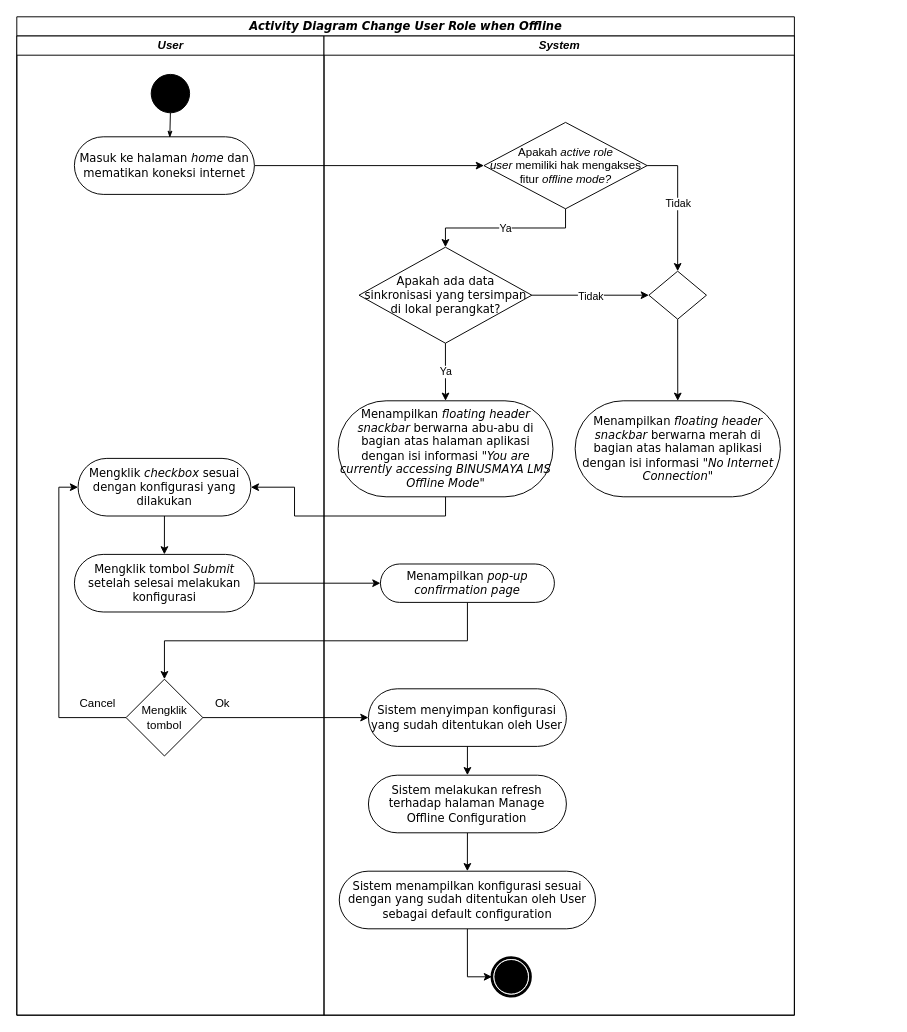
angeliawidjaja/offline-mode-paper keeps this draw.io diagram as diagrams/2. change_user_role/Activity Diagram.drawio. Above is the earlier version. Source tidied: cells renumbered, new cells numbered last; positions are measured from the earlier drawing's top-left corner, leaving out a move shared by most shapes. Both pictures are drawn from the tidied source at 96%, with x=0, y=0 at pixel (16, 16).
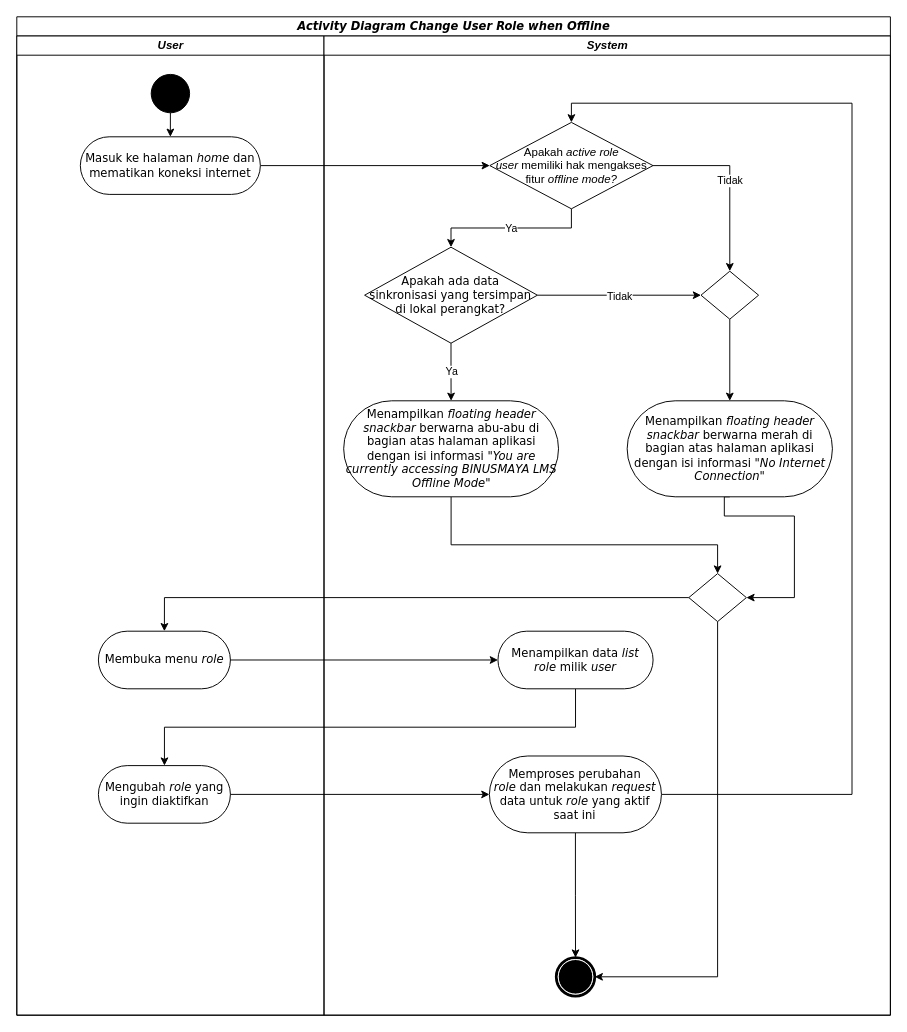
The same diagram, later.

Unchanged cells that the change refers to:
```xml
<mxCell id="4" value="&lt;i&gt;User&lt;/i&gt;" style="swimlane;html=1;startSize=20;" parent="2" vertex="1">
  <mxGeometry y="20" width="320" height="1020" as="geometry" />
</mxCell>
<mxCell id="5" style="ellipse;whiteSpace=wrap;html=1;rounded=0;shadow=0;comic=0;labelBackgroundColor=none;strokeWidth=1;fillColor=#000000;fontFamily=Verdana;fontSize=12;align=center;" parent="4" vertex="1">
  <mxGeometry x="140" y="40" width="40" height="40" as="geometry" />
</mxCell>
```

The edit, as a diff of the source:
```diff
@@
     <mxCell id="2" value="&lt;i&gt;Activity Diagram&lt;/i&gt;&amp;nbsp;&lt;i&gt;Change User Role when Offline&lt;/i&gt;" style="swimlane;html=1;startSize=20;rounded=0;shadow=0;comic=0;labelBackgroundColor=none;strokeWidth=1;fontFamily=Verdana;fontSize=12;align=center;" parent="1" vertex="1">
-      <mxGeometry width="810" height="1040" as="geometry" />
+      <mxGeometry width="910" height="1040" as="geometry" />
     </mxCell>
@@
+    <mxCell id="7" style="edgeStyle=orthogonalEdgeStyle;rounded=0;jettySize=auto;html=1;exitX=0.5;exitY=1;exitDx=0;exitDy=0;entryX=0.5;entryY=0;entryDx=0;entryDy=0;" parent="4" edge="1" source="5" target="6">
+      <mxGeometry relative="1" as="geometry" />
+    </mxCell>
@@
     <mxCell id="6" value="Masuk ke halaman &lt;i&gt;home &lt;/i&gt;dan mematikan koneksi internet" style="rounded=1;whiteSpace=wrap;html=1;shadow=0;comic=0;labelBackgroundColor=none;strokeWidth=1;fontFamily=Verdana;fontSize=12;align=center;arcSize=50;" parent="4" vertex="1">
-      <mxGeometry x="60" y="105" width="187.5" height="60" as="geometry" />
+      <mxGeometry x="66.2" y="105" width="187.5" height="60" as="geometry" />
     </mxCell>
-    <mxCell id="7" style="rounded=0;html=1;labelBackgroundColor=none;startArrow=none;startFill=0;startSize=5;endArrow=classicThin;endFill=1;endSize=5;jettySize=auto;strokeWidth=1;fontFamily=Verdana;fontSize=12;entryX=0.53;entryY=0.018;entryDx=0;entryDy=0;entryPerimeter=0;" parent="4" edge="1" source="5" target="6">
-      <mxGeometry relative="1" as="geometry" />
-    </mxCell>
-    <mxCell id="8" value="Mengklik &lt;i&gt;checkbox &lt;/i&gt;sesuai dengan konfigurasi yang dilakukan" style="rounded=1;whiteSpace=wrap;html=1;shadow=0;comic=0;labelBackgroundColor=none;strokeWidth=1;fontFamily=Verdana;fontSize=12;align=center;arcSize=50;" parent="4" vertex="1">
-      <mxGeometry x="63.8" y="440" width="180" height="60" as="geometry" />
-    </mxCell>
-    <mxCell id="9" value="Mengklik tombol &lt;i&gt;Submit &lt;/i&gt;setelah selesai melakukan konfigurasi" style="rounded=1;whiteSpace=wrap;html=1;shadow=0;comic=0;labelBackgroundColor=none;strokeWidth=1;fontFamily=Verdana;fontSize=12;align=center;arcSize=50;" parent="4" vertex="1">
-      <mxGeometry x="60" y="540" width="187.5" height="60" as="geometry" />
+    <mxCell id="9" value="Membuka menu &lt;i&gt;role&lt;/i&gt;" style="rounded=1;whiteSpace=wrap;html=1;shadow=0;comic=0;labelBackgroundColor=none;strokeWidth=1;fontFamily=Verdana;fontSize=12;align=center;arcSize=50;" parent="4" vertex="1">
+      <mxGeometry x="85" y="620" width="137.5" height="60" as="geometry" />
     </mxCell>
-    <mxCell id="10" style="edgeStyle=orthogonalEdgeStyle;rounded=0;jettySize=auto;html=1;exitX=0.5;exitY=1;exitDx=0;exitDy=0;entryX=0.5;entryY=0;entryDx=0;entryDy=0;" parent="4" edge="1" source="8" target="9">
-      <mxGeometry relative="1" as="geometry" />
-    </mxCell>
-    <mxCell id="11" value="Cancel" style="text;html=1;align=center;verticalAlign=middle;strokeColor=none;fillColor=none;" parent="4" vertex="1">
-      <mxGeometry x="53.8" y="680" width="60" height="30" as="geometry" />
-    </mxCell>
-    <mxCell id="12" value="Ok" style="text;html=1;align=center;verticalAlign=middle;strokeColor=none;fillColor=none;" parent="4" vertex="1">
-      <mxGeometry x="193.8" y="680" width="40" height="30" as="geometry" />
-    </mxCell>
-    <mxCell id="13" value="Mengklik tombol" style="rhombus;whiteSpace=wrap;html=1;" parent="4" vertex="1">
-      <mxGeometry x="113.8" y="670" width="80" height="80" as="geometry" />
-    </mxCell>
-    <mxCell id="14" style="edgeStyle=orthogonalEdgeStyle;rounded=0;jettySize=auto;html=1;exitX=0;exitY=0.5;exitDx=0;exitDy=0;entryX=0;entryY=0.5;entryDx=0;entryDy=0;" parent="4" edge="1" source="13" target="8">
-      <mxGeometry relative="1" as="geometry" />
-    </mxCell>
-    <mxCell id="15" style="edgeStyle=orthogonalEdgeStyle;rounded=0;jettySize=auto;html=1;exitX=0.5;exitY=1;exitDx=0;exitDy=0;entryX=1;entryY=0.5;entryDx=0;entryDy=0;" parent="2" edge="1" source="22" target="8">
-      <mxGeometry relative="1" as="geometry" />
-    </mxCell>
-    <mxCell id="16" style="edgeStyle=orthogonalEdgeStyle;rounded=0;jettySize=auto;html=1;exitX=1;exitY=0.5;exitDx=0;exitDy=0;entryX=0;entryY=0.5;entryDx=0;entryDy=0;" parent="2" edge="1" source="9" target="27">
-      <mxGeometry relative="1" as="geometry" />
-    </mxCell>
-    <mxCell id="17" style="edgeStyle=orthogonalEdgeStyle;rounded=0;jettySize=auto;html=1;exitX=0.5;exitY=1;exitDx=0;exitDy=0;entryX=0.5;entryY=0;entryDx=0;entryDy=0;" parent="2" edge="1" source="27" target="13">
-      <mxGeometry relative="1" as="geometry" />
-    </mxCell>
-    <mxCell id="18" style="edgeStyle=orthogonalEdgeStyle;rounded=0;jettySize=auto;html=1;exitX=1;exitY=0.5;exitDx=0;exitDy=0;entryX=0;entryY=0.5;entryDx=0;entryDy=0;" parent="2" edge="1" source="13" target="28">
-      <mxGeometry relative="1" as="geometry" />
-    </mxCell>
+    <mxCell id="42" value="Mengubah &lt;i&gt;role&lt;/i&gt;&amp;nbsp;yang ingin diaktifkan" style="rounded=1;whiteSpace=wrap;html=1;shadow=0;comic=0;labelBackgroundColor=none;strokeWidth=1;fontFamily=Verdana;fontSize=12;align=center;arcSize=50;" parent="4" vertex="1">
+      <mxGeometry x="85" y="760" width="137.5" height="60" as="geometry" />
+    </mxCell>
+    <mxCell id="43" style="edgeStyle=orthogonalEdgeStyle;rounded=0;jettySize=auto;html=1;exitX=0;exitY=0.5;exitDx=0;exitDy=0;entryX=0.5;entryY=0;entryDx=0;entryDy=0;" parent="2" edge="1" source="50" target="9">
+      <mxGeometry relative="1" as="geometry" />
+    </mxCell>
+    <mxCell id="44" style="edgeStyle=orthogonalEdgeStyle;rounded=0;jettySize=auto;html=1;exitX=1;exitY=0.5;exitDx=0;exitDy=0;" parent="2" edge="1" source="9" target="51">
+      <mxGeometry relative="1" as="geometry" />
+    </mxCell>
+    <mxCell id="45" style="edgeStyle=orthogonalEdgeStyle;rounded=0;jettySize=auto;html=1;exitX=0.5;exitY=1;exitDx=0;exitDy=0;" parent="2" edge="1" source="51" target="42">
+      <mxGeometry relative="1" as="geometry" />
+    </mxCell>
+    <mxCell id="46" style="edgeStyle=orthogonalEdgeStyle;rounded=0;jettySize=auto;html=1;exitX=1;exitY=0.5;exitDx=0;exitDy=0;" parent="2" edge="1" source="42" target="54">
+      <mxGeometry relative="1" as="geometry" />
+    </mxCell>
     <mxCell id="19" value="&lt;i&gt;System&lt;/i&gt;" style="swimlane;html=1;startSize=20;" parent="2" vertex="1">
-      <mxGeometry x="320" y="20" width="490" height="1020" as="geometry" />
+      <mxGeometry x="320" y="20" width="590" height="1020" as="geometry" />
     </mxCell>
     <mxCell id="20" style="shape=mxgraph.bpmn.shape;html=1;verticalLabelPosition=bottom;labelBackgroundColor=#ffffff;verticalAlign=top;perimeter=ellipsePerimeter;outline=end;symbol=terminate;rounded=0;shadow=0;comic=0;strokeWidth=1;fontFamily=Verdana;fontSize=12;align=center;" parent="19" vertex="1">
-      <mxGeometry x="175" y="960" width="40" height="40" as="geometry" />
+      <mxGeometry x="242" y="960" width="40" height="40" as="geometry" />
     </mxCell>
     <mxCell id="21" value="Apakah &lt;i&gt;active role user&lt;/i&gt;&amp;nbsp;memiliki hak mengakses fitur &lt;i&gt;offline mode?&lt;/i&gt;" style="rhombus;whiteSpace=wrap;html=1;" parent="19" vertex="1">
-      <mxGeometry x="166.6" y="90" width="170" height="90" as="geometry" />
+      <mxGeometry x="172.7" y="90" width="170" height="90" as="geometry" />
     </mxCell>
+    <mxCell id="47" style="edgeStyle=orthogonalEdgeStyle;rounded=0;jettySize=auto;html=1;exitX=0.5;exitY=1;exitDx=0;exitDy=0;entryX=0.5;entryY=0;entryDx=0;entryDy=0;" parent="19" edge="1" source="22" target="50">
+      <mxGeometry relative="1" as="geometry">
+        <Array as="points">
+          <mxPoint x="132" y="530" />
+          <mxPoint x="410" y="530" />
+        </Array>
+      </mxGeometry>
+    </mxCell>
     <mxCell id="22" value="Menampilkan &lt;i&gt;floating header snackbar&lt;/i&gt;&amp;nbsp;berwarna abu-abu di bagian atas halaman aplikasi dengan isi informasi &quot;&lt;i&gt;You are currently accessing BINUSMAYA LMS Offline Mode&lt;/i&gt;&quot;" style="rounded=1;whiteSpace=wrap;html=1;shadow=0;comic=0;labelBackgroundColor=none;strokeWidth=1;fontFamily=Verdana;fontSize=12;align=center;arcSize=50;" parent="19" vertex="1">
-      <mxGeometry x="14.7" y="380" width="223.8" height="100" as="geometry" />
+      <mxGeometry x="20.5" y="380" width="223.8" height="100" as="geometry" />
     </mxCell>
@@
-    <mxCell id="27" value="Menampilkan &lt;i&gt;pop-up confirmation page&lt;/i&gt;" style="rounded=1;whiteSpace=wrap;html=1;shadow=0;comic=0;labelBackgroundColor=none;strokeWidth=1;fontFamily=Verdana;fontSize=12;align=center;arcSize=50;" parent="19" vertex="1">
-      <mxGeometry x="58.8" y="550" width="181.2" height="40" as="geometry" />
-    </mxCell>
-    <mxCell id="28" value="Sistem menyimpan konfigurasi yang sudah ditentukan oleh User" style="rounded=1;whiteSpace=wrap;html=1;shadow=0;comic=0;labelBackgroundColor=none;strokeWidth=1;fontFamily=Verdana;fontSize=12;align=center;arcSize=50;" parent="19" vertex="1">
-      <mxGeometry x="46.3" y="680" width="206.2" height="60" as="geometry" />
-    </mxCell>
-    <mxCell id="29" style="edgeStyle=orthogonalEdgeStyle;rounded=0;jettySize=auto;html=1;exitX=0.5;exitY=1;exitDx=0;exitDy=0;entryX=0.5;entryY=0;entryDx=0;entryDy=0;" parent="19" edge="1" source="28" target="31">
-      <mxGeometry relative="1" as="geometry" />
-    </mxCell>
-    <mxCell id="30" style="edgeStyle=orthogonalEdgeStyle;rounded=0;jettySize=auto;html=1;exitX=0.5;exitY=1;exitDx=0;exitDy=0;entryX=0.5;entryY=0;entryDx=0;entryDy=0;" parent="19" edge="1" source="31" target="33">
-      <mxGeometry relative="1" as="geometry" />
-    </mxCell>
-    <mxCell id="31" value="Sistem melakukan refresh terhadap halaman Manage Offline Configuration" style="rounded=1;whiteSpace=wrap;html=1;shadow=0;comic=0;labelBackgroundColor=none;strokeWidth=1;fontFamily=Verdana;fontSize=12;align=center;arcSize=50;" parent="19" vertex="1">
-      <mxGeometry x="46.3" y="770" width="206.2" height="60" as="geometry" />
-    </mxCell>
-    <mxCell id="32" style="edgeStyle=orthogonalEdgeStyle;rounded=0;jettySize=auto;html=1;exitX=0.5;exitY=1;exitDx=0;exitDy=0;entryX=0;entryY=0.5;entryDx=0;entryDy=0;" parent="19" edge="1" source="33" target="20">
-      <mxGeometry relative="1" as="geometry" />
-    </mxCell>
-    <mxCell id="33" value="Sistem menampilkan konfigurasi sesuai dengan yang sudah ditentukan oleh User sebagai default configuration" style="rounded=1;whiteSpace=wrap;html=1;shadow=0;comic=0;labelBackgroundColor=none;strokeWidth=1;fontFamily=Verdana;fontSize=12;align=center;arcSize=50;" parent="19" vertex="1">
-      <mxGeometry x="15.9" y="870" width="266.9" height="60" as="geometry" />
-    </mxCell>
     <mxCell id="34" value="&lt;p style=&quot;line-height: 120%;&quot;&gt;&lt;span style=&quot;font-family: Verdana;&quot;&gt;Apakah ada data sinkronisasi yang tersimpan di lokal perangkat?&lt;/span&gt;&lt;/p&gt;" style="rhombus;whiteSpace=wrap;html=1;spacing=4;" parent="19" vertex="1">
-      <mxGeometry x="36.5" y="220" width="180" height="100" as="geometry" />
+      <mxGeometry x="42.3" y="220" width="180" height="100" as="geometry" />
     </mxCell>
@@
+    <mxCell id="48" style="edgeStyle=orthogonalEdgeStyle;rounded=0;jettySize=auto;html=1;exitX=0.5;exitY=1;exitDx=0;exitDy=0;entryX=1;entryY=0.5;entryDx=0;entryDy=0;" parent="19" edge="1" source="37" target="50">
+      <mxGeometry relative="1" as="geometry">
+        <Array as="points">
+          <mxPoint x="417" y="500" />
+          <mxPoint x="490" y="500" />
+          <mxPoint x="490" y="585" />
+        </Array>
+      </mxGeometry>
+    </mxCell>
     <mxCell id="37" value="Menampilkan &lt;i&gt;floating header snackbar&lt;/i&gt;&amp;nbsp;berwarna merah di bagian atas halaman aplikasi dengan isi informasi &quot;&lt;i&gt;No Internet Connection&lt;/i&gt;&quot;" style="rounded=1;whiteSpace=wrap;html=1;shadow=0;comic=0;labelBackgroundColor=none;strokeWidth=1;fontFamily=Verdana;fontSize=12;align=center;arcSize=50;" parent="19" vertex="1">
-      <mxGeometry x="261.6" y="380" width="213.8" height="100" as="geometry" />
+      <mxGeometry x="315.8" y="380" width="213.8" height="100" as="geometry" />
     </mxCell>
@@
     <mxCell id="41" style="rhombus;whiteSpace=wrap;html=1;" parent="19" vertex="1">
-      <mxGeometry x="338.4" y="245" width="60" height="50" as="geometry" />
+      <mxGeometry x="392.7" y="245" width="60" height="50" as="geometry" />
     </mxCell>
+    <mxCell id="49" style="edgeStyle=orthogonalEdgeStyle;rounded=0;jettySize=auto;html=1;exitX=0.5;exitY=1;exitDx=0;exitDy=0;entryX=1;entryY=0.5;entryDx=0;entryDy=0;" parent="19" edge="1" source="50" target="20">
+      <mxGeometry relative="1" as="geometry" />
+    </mxCell>
+    <mxCell id="50" style="rhombus;whiteSpace=wrap;html=1;" parent="19" vertex="1">
+      <mxGeometry x="380" y="560" width="60" height="50" as="geometry" />
+    </mxCell>
+    <mxCell id="51" value="Menampilkan data &lt;i&gt;list role&lt;/i&gt;&amp;nbsp;milik &lt;i&gt;user&lt;/i&gt;" style="rounded=1;whiteSpace=wrap;html=1;shadow=0;comic=0;labelBackgroundColor=none;strokeWidth=1;fontFamily=Verdana;fontSize=12;align=center;arcSize=50;" parent="19" vertex="1">
+      <mxGeometry x="181.2" y="620" width="161.6" height="60" as="geometry" />
+    </mxCell>
+    <mxCell id="52" style="edgeStyle=orthogonalEdgeStyle;rounded=0;jettySize=auto;html=1;exitX=0.5;exitY=1;exitDx=0;exitDy=0;entryX=0.5;entryY=0;entryDx=0;entryDy=0;" parent="19" edge="1" source="54" target="20">
+      <mxGeometry relative="1" as="geometry" />
+    </mxCell>
+    <mxCell id="53" style="edgeStyle=orthogonalEdgeStyle;rounded=0;jettySize=auto;html=1;exitX=1;exitY=0.5;exitDx=0;exitDy=0;entryX=0.5;entryY=0;entryDx=0;entryDy=0;" parent="19" edge="1" source="54" target="21">
+      <mxGeometry relative="1" as="geometry">
+        <Array as="points">
+          <mxPoint x="550" y="790" />
+          <mxPoint x="550" y="70" />
+          <mxPoint x="257" y="70" />
+        </Array>
+      </mxGeometry>
+    </mxCell>
+    <mxCell id="54" value="Memproses perubahan &lt;i&gt;role&lt;/i&gt;&amp;nbsp;dan melakukan &lt;i&gt;request &lt;/i&gt;data untuk &lt;i&gt;role &lt;/i&gt;yang&amp;nbsp;aktif saat ini" style="rounded=1;whiteSpace=wrap;html=1;shadow=0;comic=0;labelBackgroundColor=none;strokeWidth=1;fontFamily=Verdana;fontSize=12;align=center;arcSize=50;" parent="19" vertex="1">
+      <mxGeometry x="172.3" y="750" width="179.2" height="80" as="geometry" />
+    </mxCell>
```
